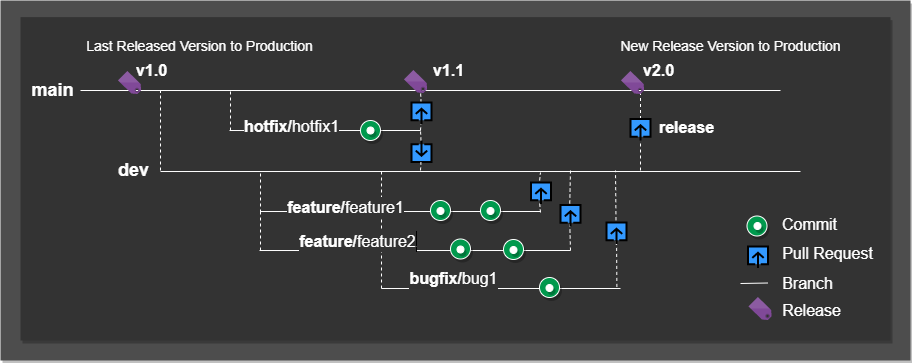
Earlier version of the draw.io export docs/images/gitStrategy.png (mercedes-benz/DnA). Source tidied: cells renumbered, new cells last; positions are measured from the earlier drawing's top-left corner, leaving out a move shared by most shapes.
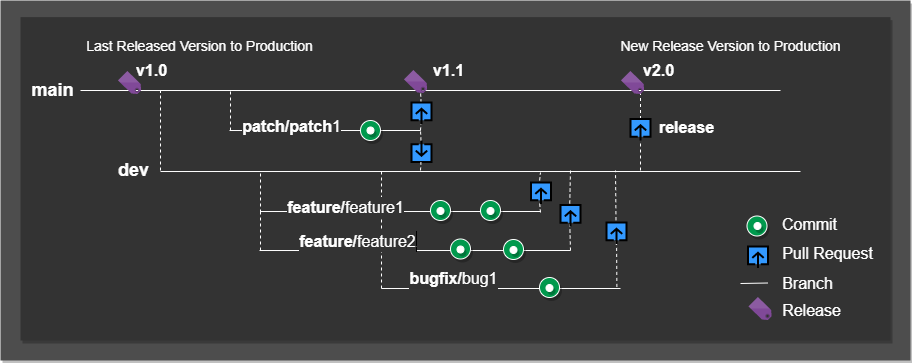
After the commit.

Commit message:
patch branch name changing

The edit, as a diff of the source:
```diff
@@ -177,7 +177,7 @@
         <mxPoint x="420" y="130" as="targetPoint" />
       </mxGeometry>
     </mxCell>
-    <mxCell id="43" value="&lt;font style=&quot;font-size: 16px;&quot;&gt;hotfix/&lt;span style=&quot;font-weight: normal; font-size: 16px;&quot;&gt;&lt;font style=&quot;font-size: 16px;&quot;&gt;hotfix1&lt;/font&gt;&lt;/span&gt;&lt;/font&gt;" style="text;html=1;align=center;verticalAlign=middle;strokeColor=none;fillColor=none;fontColor=#FFFFFF;fontStyle=1;fontSize=16;shadow=1;labelBackgroundColor=#333333;" parent="1" vertex="1">
+    <mxCell id="43" value="&lt;font style=&quot;font-size: 16px&quot;&gt;patch/patch&lt;span style=&quot;font-weight: normal ; font-size: 16px&quot;&gt;&lt;font style=&quot;font-size: 16px&quot;&gt;1&lt;/font&gt;&lt;/span&gt;&lt;/font&gt;" style="text;html=1;align=center;verticalAlign=middle;strokeColor=none;fillColor=none;fontColor=#FFFFFF;fontStyle=1;fontSize=16;shadow=1;labelBackgroundColor=#333333;" parent="1" vertex="1">
       <mxGeometry x="236" y="116" width="110" height="20" as="geometry" />
     </mxCell>
     <mxCell id="44" style="ellipse;whiteSpace=wrap;html=1;rounded=0;shadow=1;glass=0;labelBackgroundColor=#000000;labelBorderColor=none;sketch=0;fontSize=16;fontColor=#FFFFFF;strokeColor=#FFFFFF;fillColor=#00994D;gradientColor=none;direction=south;" parent="1" vertex="1">
```
